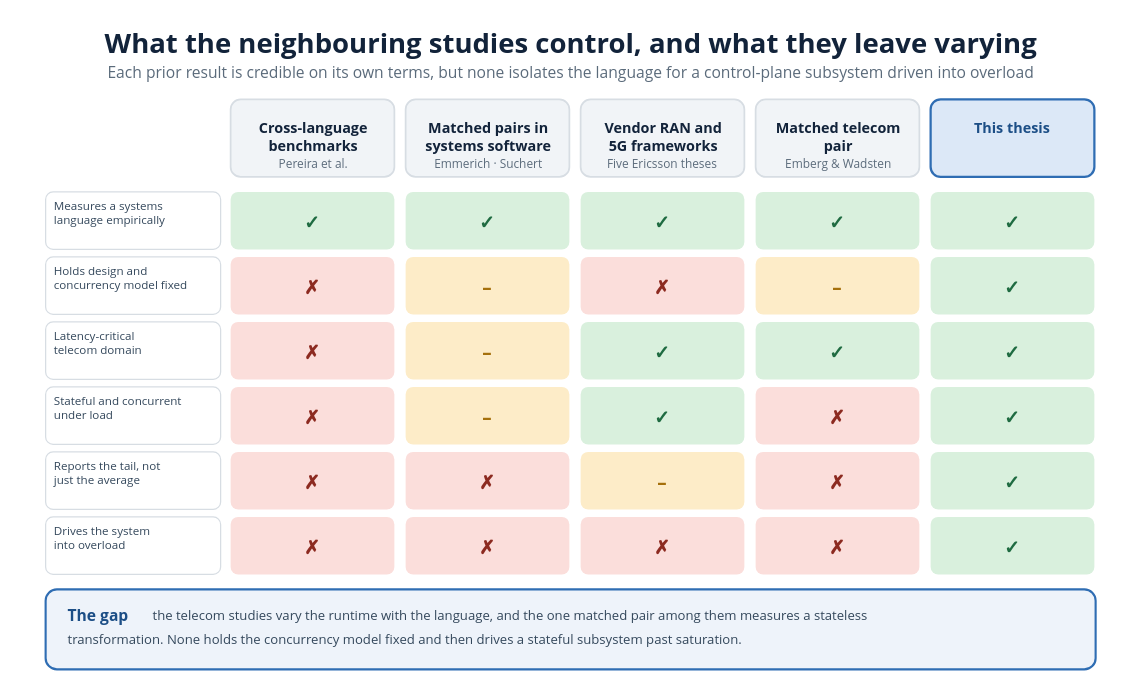
Before: diagrams/29_research_gap.drawio in VienThanh12/Master-Thesis, a draw.io diagram. Source tidied: cells renumbered, new cells numbered last; positions are measured from the earlier drawing's top-left corner, leaving out a move shared by most shapes. Both pictures are drawn from the tidied source at 125%, with x=0, y=0 at pixel (21, 20).
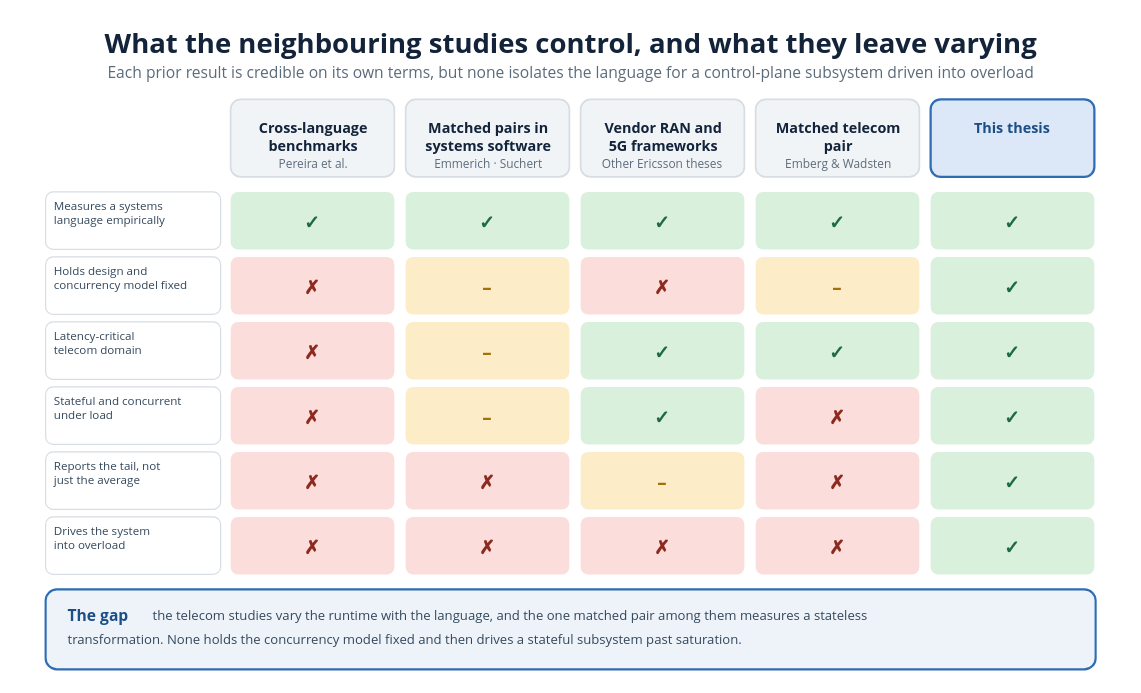
Above is the later version.

Diff of the diagram source:
```diff
@@
-    <mxCell id="15" value="Five Ericsson theses" style="text;html=1;strokeColor=none;fillColor=none;whiteSpace=nowrap;align=center;verticalAlign=middle;fontSize=9.5;fontColor=#5b6b7b;fontFamily=Segoe UI;" parent="1" vertex="1">
-      <mxGeometry x="460.7" y="107" width="103.5" height="14.2" as="geometry" />
+    <mxCell id="15" value="Other Ericsson theses" style="text;html=1;strokeColor=none;fillColor=none;whiteSpace=nowrap;align=center;verticalAlign=middle;fontSize=9.5;fontColor=#5b6b7b;fontFamily=Segoe UI;" parent="1" vertex="1">
+      <mxGeometry x="458.1" y="107" width="108.7" height="14.2" as="geometry" />
     </mxCell>
```
